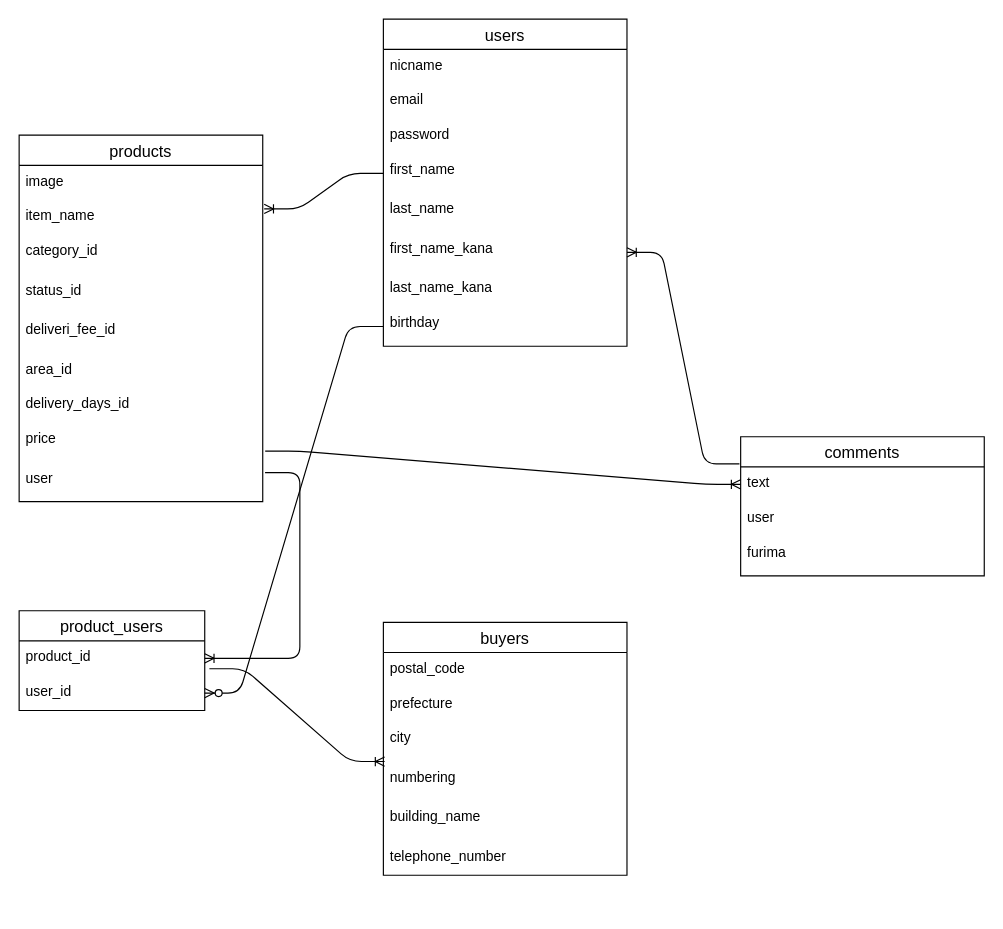
kurimaru2000/furima-34822 keeps this draw.io diagram as ER.dio. Above is the earlier version. Source tidied: cells renumbered, new cells numbered last; positions are measured from the earlier drawing's top-left corner, leaving out a move shared by most shapes. Both pictures are drawn from the tidied source at 116%, with x=0, y=0 at pixel (19, 19).
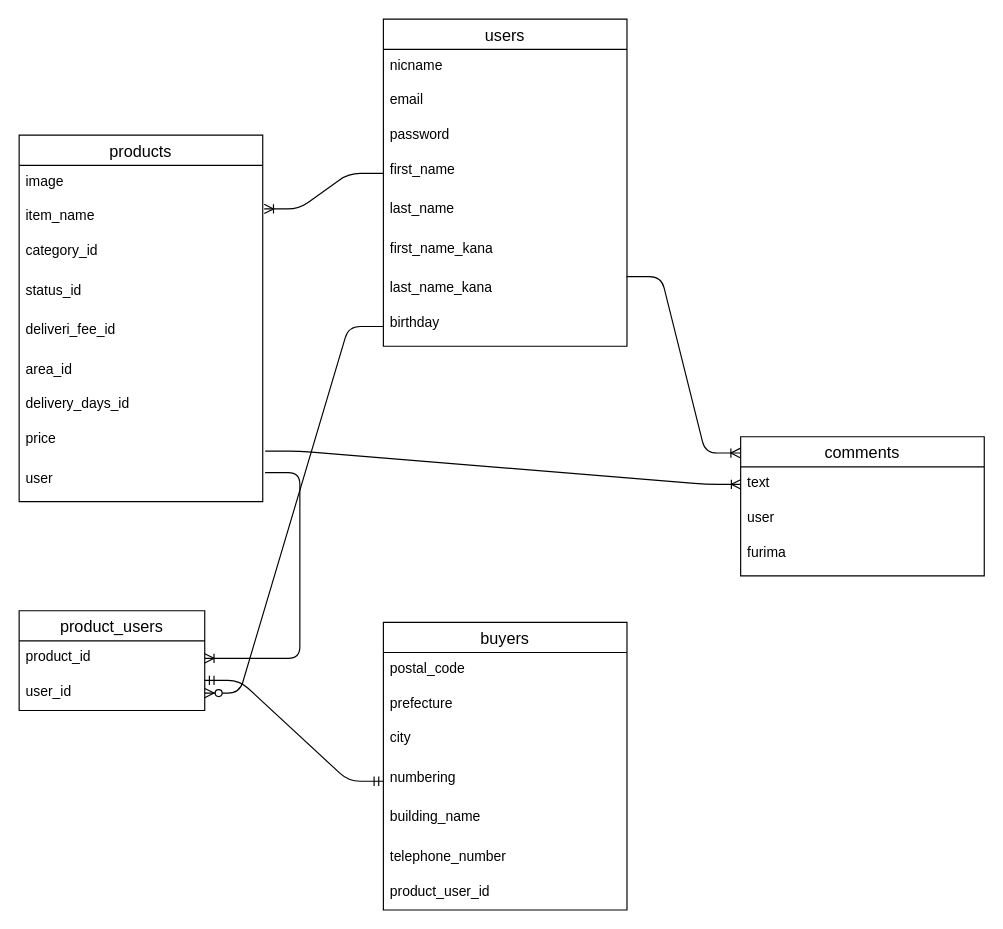
Above is the later version.

The change refers to these unchanged cells:
```xml
<mxCell id="8" value="first_name_kana&#10;" style="text;strokeColor=none;fillColor=none;spacingLeft=4;spacingRight=4;overflow=hidden;points=[[0,0.5],[1,0.5]];portConstraint=eastwest;fontSize=12;" parent="2" vertex="1">
  <mxGeometry y="184" width="210" height="34" as="geometry" />
</mxCell>
<mxCell id="9" value="last_name_kana&#10;" style="text;strokeColor=none;fillColor=none;spacingLeft=4;spacingRight=4;overflow=hidden;points=[[0,0.5],[1,0.5]];portConstraint=eastwest;fontSize=12;" parent="2" vertex="1">
  <mxGeometry y="218" width="210" height="30" as="geometry" />
</mxCell>
<mxCell id="21" value="comments" style="swimlane;fontStyle=0;horizontal=1;startSize=26;align=center;fontSize=14;" parent="1" vertex="1">
  <mxGeometry x="622" y="360" width="210" height="120" as="geometry" />
</mxCell>
<mxCell id="22" value="text" style="text;strokeColor=none;fillColor=none;spacingLeft=4;spacingRight=4;overflow=hidden;points=[[0,0.5],[1,0.5]];portConstraint=eastwest;fontSize=12;" parent="21" vertex="1">
  <mxGeometry y="26" width="210" height="30" as="geometry" />
</mxCell>
<mxCell id="32" value="numbering" style="text;strokeColor=none;fillColor=none;spacingLeft=4;spacingRight=4;overflow=hidden;points=[[0,0.5],[1,0.5]];portConstraint=eastwest;fontSize=12;" parent="28" vertex="1">
  <mxGeometry y="120" width="210" height="34" as="geometry" />
</mxCell>
```

Change to the diagram source:
```diff
@@
-    <mxCell id="26" style="edgeStyle=entityRelationEdgeStyle;fontSize=12;html=1;endArrow=ERoneToMany;exitX=-0.005;exitY=-0.087;exitDx=0;exitDy=0;exitPerimeter=0;entryX=1;entryY=0.5;entryDx=0;entryDy=0;" parent="1" edge="1" source="22" target="8">
+    <mxCell id="26" style="edgeStyle=entityRelationEdgeStyle;fontSize=12;html=1;endArrow=ERoneToMany;exitX=0.998;exitY=0.133;exitDx=0;exitDy=0;exitPerimeter=0;entryX=-0.002;entryY=0.117;entryDx=0;entryDy=0;entryPerimeter=0;" parent="1" edge="1" source="9" target="21">
       <mxGeometry relative="1" as="geometry" />
     </mxCell>
@@
     <mxCell id="28" value="buyers" style="swimlane;fontStyle=0;horizontal=1;startSize=26;align=center;fontSize=14;" parent="1" vertex="1">
-      <mxGeometry x="314" y="520" width="210" height="218" as="geometry" />
+      <mxGeometry x="314" y="520" width="210" height="248" as="geometry" />
     </mxCell>
@@
-    <mxCell id="35" style="edgeStyle=entityRelationEdgeStyle;fontSize=12;html=1;endArrow=ERoneToMany;entryX=0.005;entryY=0;entryDx=0;entryDy=0;entryPerimeter=0;" parent="1" edge="1" target="32">
-      <mxGeometry relative="1" as="geometry">
-        <mxPoint x="164" y="560" as="sourcePoint" />
-      </mxGeometry>
-    </mxCell>
+    <mxCell id="41" value="product_user_id" style="text;strokeColor=none;fillColor=none;spacingLeft=4;spacingRight=4;overflow=hidden;fontSize=12;" parent="28" vertex="1">
+      <mxGeometry y="218" width="210" height="30" as="geometry" />
+    </mxCell>
@@
+    <mxCell id="42" style="edgeStyle=entityRelationEdgeStyle;fontSize=12;html=1;endArrow=ERmandOne;startArrow=ERmandOne;" parent="1" edge="1" target="32">
+      <mxGeometry relative="1" as="geometry">
+        <mxPoint x="160" y="570" as="sourcePoint" />
+      </mxGeometry>
+    </mxCell>
```
